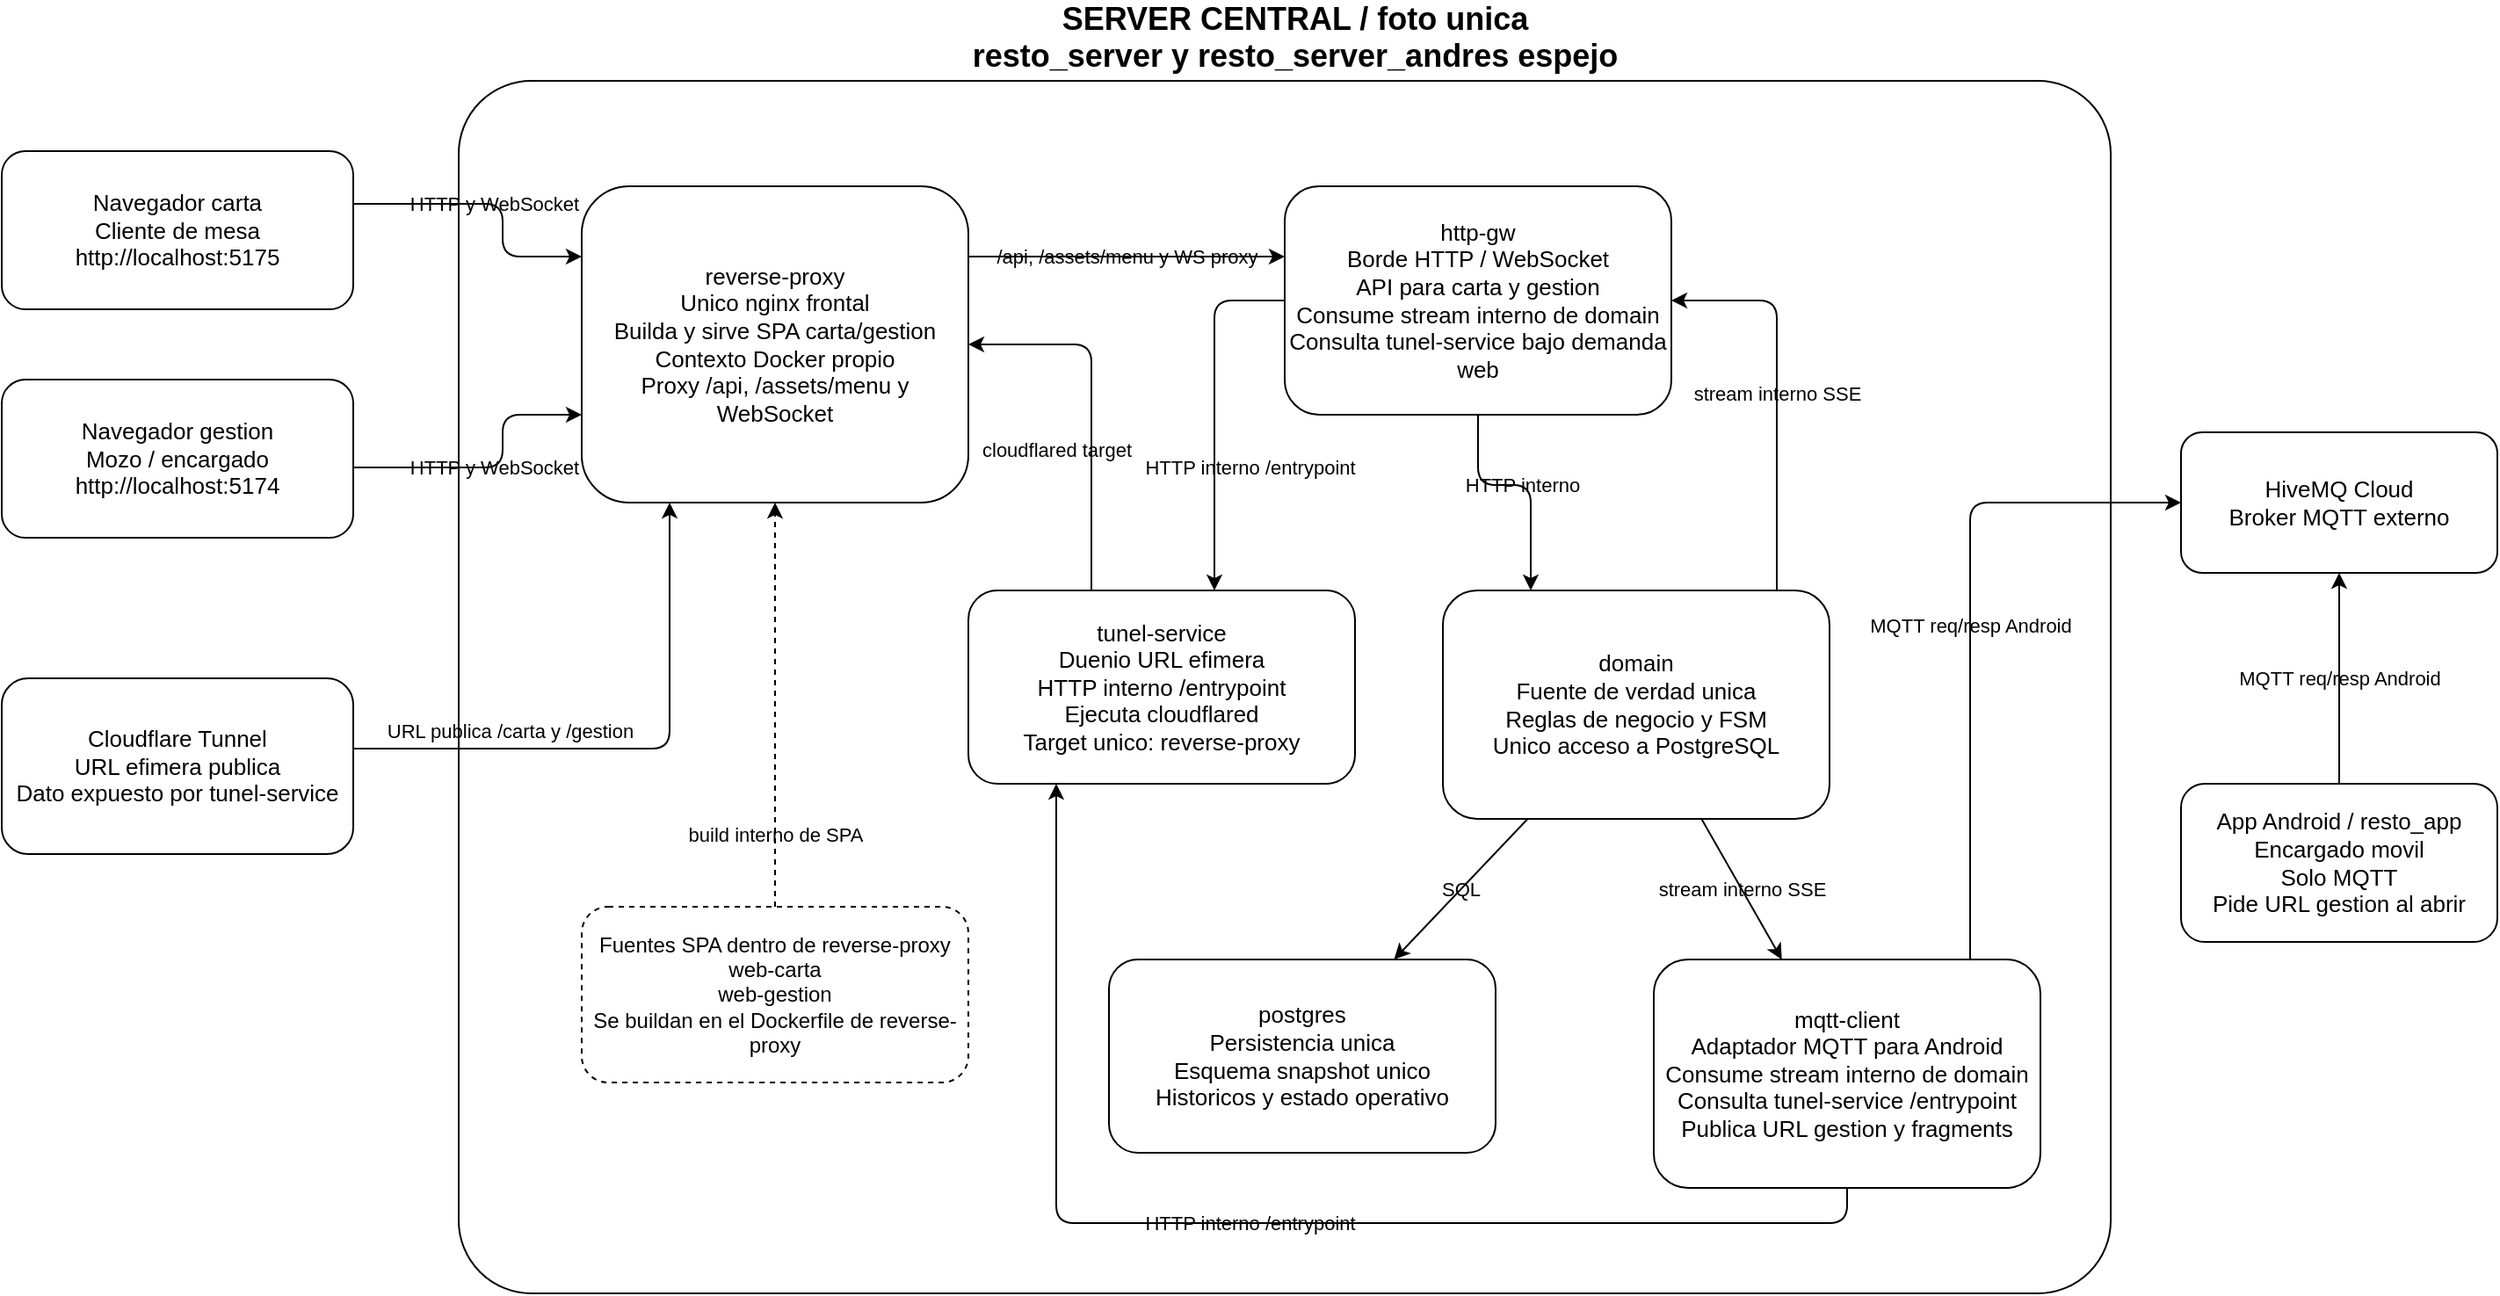
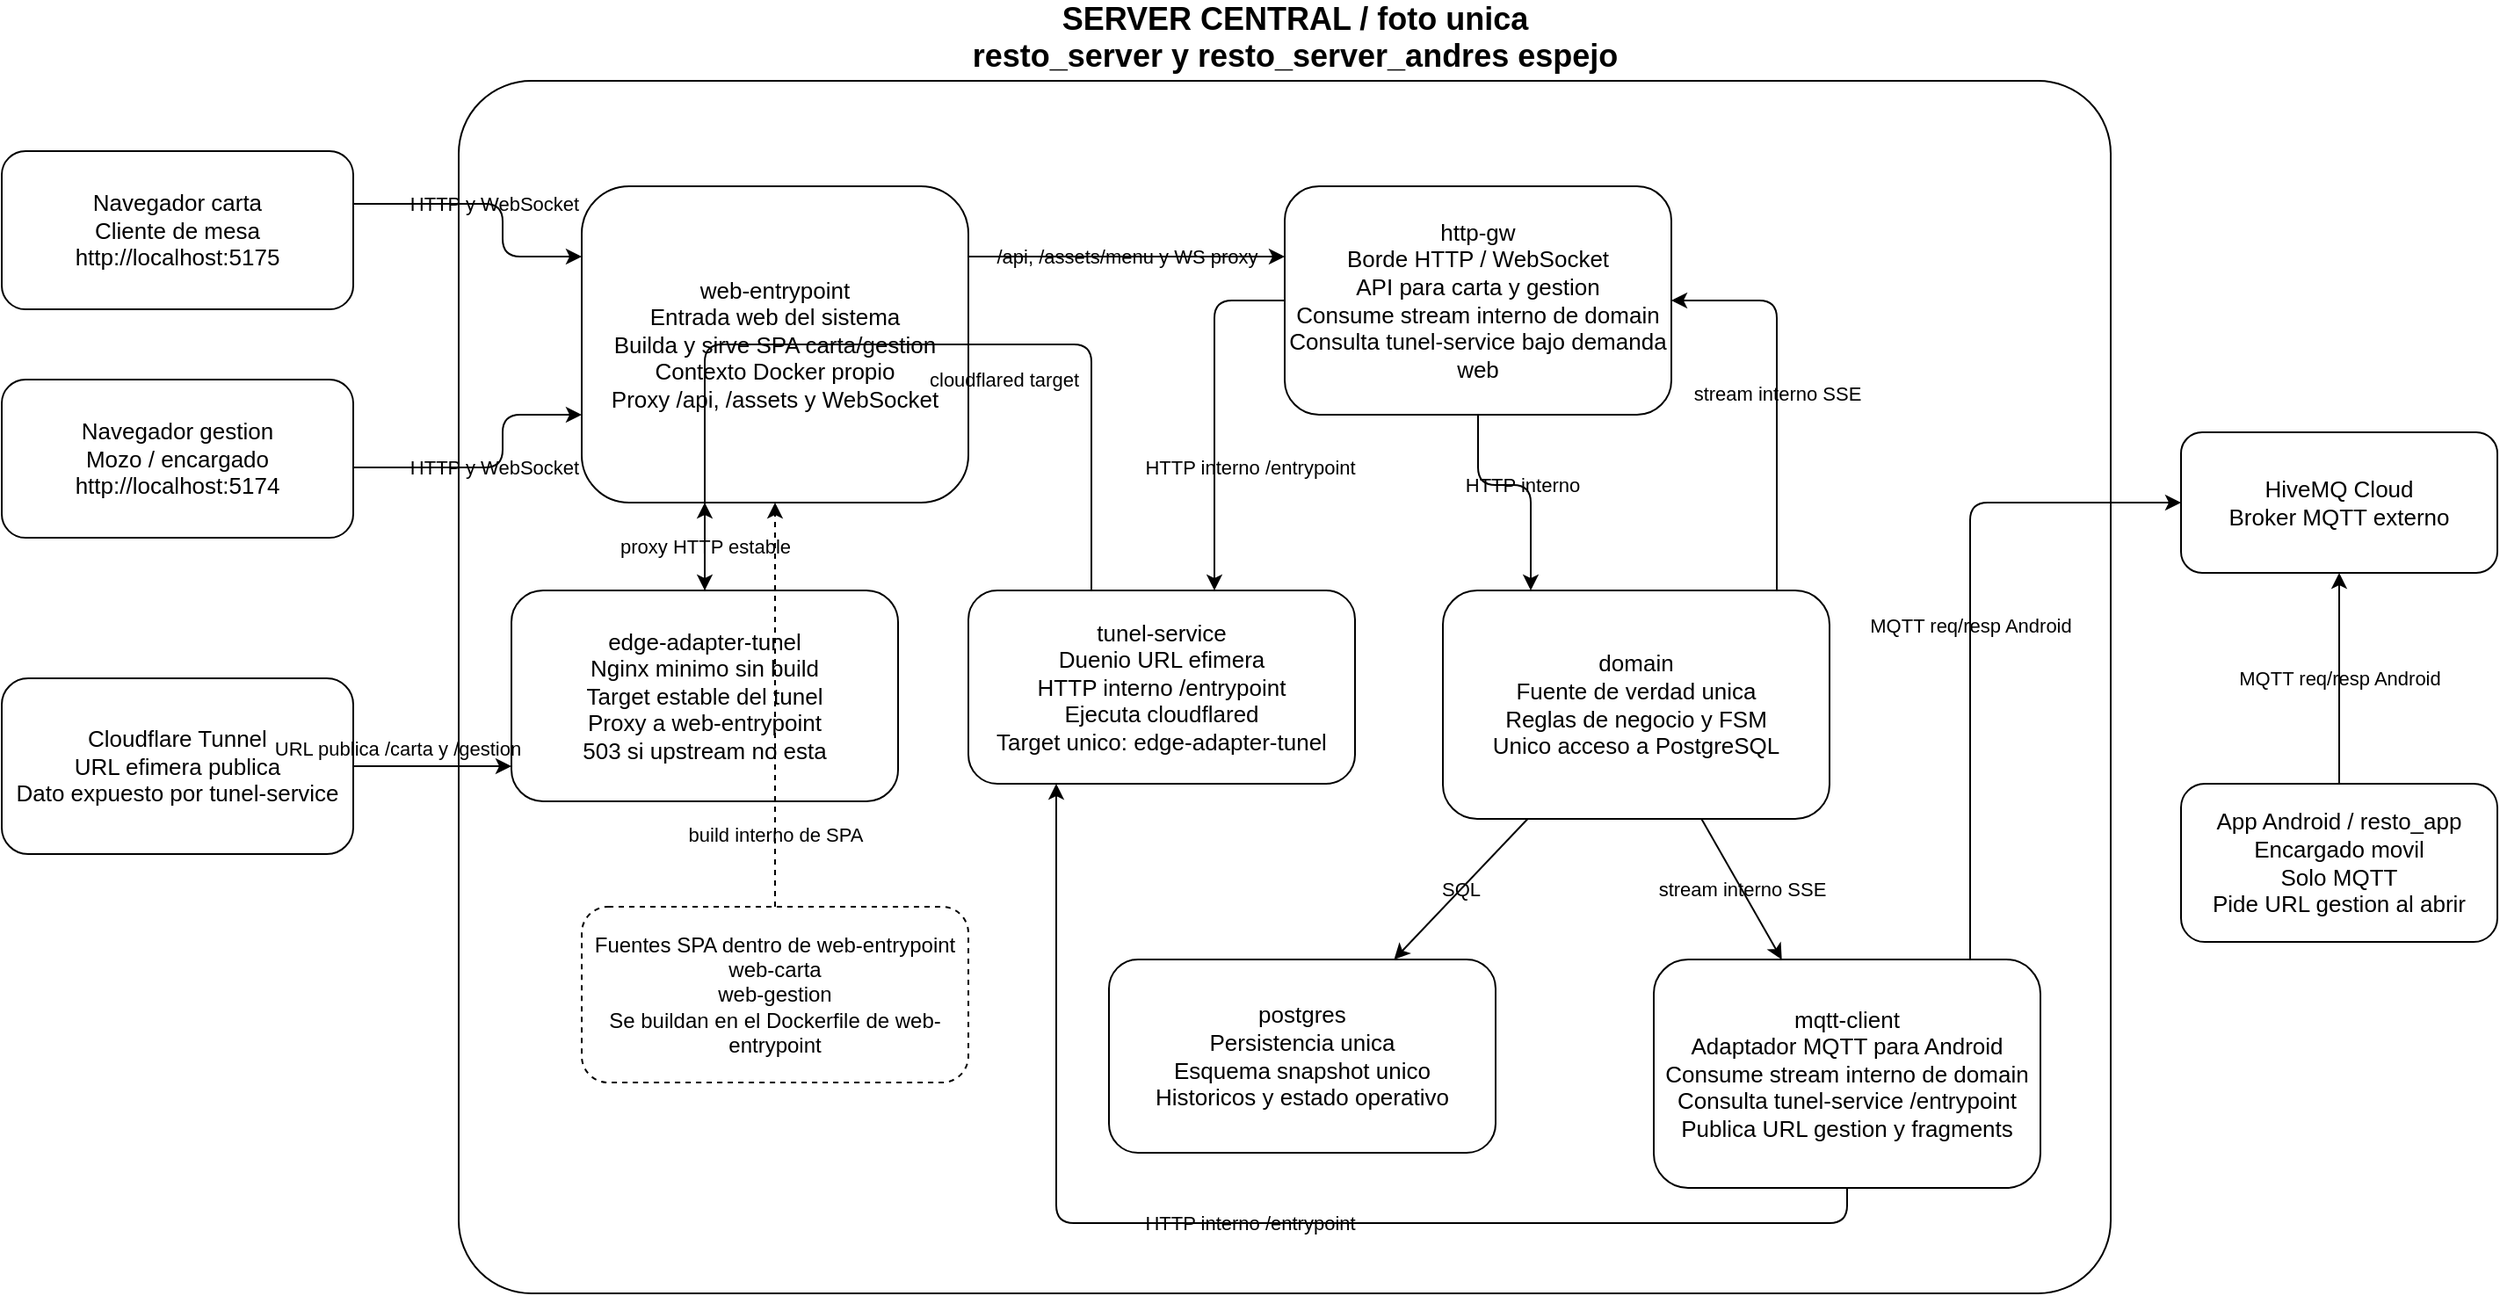
<mxfile host="Electron" agent="Mozilla/5.0 (Windows NT 10.0; Win64; x64) AppleWebKit/537.36 (KHTML, like Gecko) draw.io/29.6.6 Chrome/144.0.7559.236 Electron/40.8.4 Safari/537.36">
  <diagram id="arquitectura-server-central" name="Arquitectura">
    <mxGraphModel dx="1323" dy="814" grid="1" gridSize="10" guides="1" tooltips="1" connect="1" arrows="1" fold="1" page="1" pageScale="1" pageWidth="1600" pageHeight="1100" math="0" shadow="0">
      <root>
        <mxCell id="0" />
        <mxCell id="1" parent="0" />
        <mxCell id="10" parent="1" style="rounded=1;whiteSpace=wrap;html=1;fontStyle=1;fontSize=18;align=center;spacingLeft=12;labelPosition=center;verticalLabelPosition=top;verticalAlign=bottom;perimeterSpacing=0;arcSize=6;labelBackgroundColor=none;fillColor=none;" value="SERVER CENTRAL / foto unica&#xa;resto_server y resto_server_andres espejo" vertex="1">
          <mxGeometry height="690" width="940" x="270" y="100" as="geometry" />
        </mxCell>
        <mxCell id="20" parent="1" style="rounded=1;whiteSpace=wrap;html=1;fontSize=13;labelBackgroundColor=none;fillColor=none;" value="Navegador carta&#xa;Cliente de mesa&#xa;http://localhost:5175" vertex="1">
          <mxGeometry height="90" width="200" x="10" y="140" as="geometry" />
        </mxCell>
        <mxCell id="21" parent="1" style="rounded=1;whiteSpace=wrap;html=1;fontSize=13;labelBackgroundColor=none;fillColor=none;" value="Navegador gestion&#xa;Mozo / encargado&#xa;http://localhost:5174" vertex="1">
          <mxGeometry height="90" width="200" x="10" y="270" as="geometry" />
        </mxCell>
        <mxCell id="22" parent="1" style="rounded=1;whiteSpace=wrap;html=1;fontSize=13;labelBackgroundColor=none;fillColor=none;" value="Cloudflare Tunnel&#xa;URL efimera publica&#xa;Dato expuesto por tunel-service" vertex="1">
          <mxGeometry height="100" width="200" x="10" y="440" as="geometry" />
        </mxCell>
        <mxCell id="23" parent="1" style="rounded=1;whiteSpace=wrap;html=1;fontSize=13;labelBackgroundColor=none;fillColor=none;" value="HiveMQ Cloud&#xa;Broker MQTT externo" vertex="1">
          <mxGeometry height="80" width="180" x="1250" y="300" as="geometry" />
        </mxCell>
        <mxCell id="24" parent="1" style="rounded=1;whiteSpace=wrap;html=1;fontSize=13;labelBackgroundColor=none;fillColor=none;" value="App Android / resto_app&#xa;Encargado movil&#xa;Solo MQTT&#xa;Pide URL gestion al abrir" vertex="1">
          <mxGeometry height="90" width="180" x="1250" y="500" as="geometry" />
        </mxCell>
-         <mxCell id="30" parent="1" style="rounded=1;whiteSpace=wrap;html=1;fontSize=13;labelBackgroundColor=none;fillColor=none;" value="reverse-proxy&#xa;Unico nginx frontal&#xa;Builda y sirve SPA carta/gestion&#xa;Contexto Docker propio&#xa;Proxy /api, /assets/menu y WebSocket" vertex="1">
+         <mxCell id="30" parent="1" style="rounded=1;whiteSpace=wrap;html=1;fontSize=13;labelBackgroundColor=none;fillColor=none;" value="web-entrypoint&#xa;Entrada web del sistema&#xa;Builda y sirve SPA carta/gestion&#xa;Contexto Docker propio&#xa;Proxy /api, /assets y WebSocket" vertex="1">
          <mxGeometry height="180" width="220" x="340" y="160" as="geometry" />
        </mxCell>
        <mxCell id="31" parent="1" style="rounded=1;whiteSpace=wrap;html=1;fontSize=13;labelBackgroundColor=none;fillColor=none;" value="http-gw&#xa;Borde HTTP / WebSocket&#xa;API para carta y gestion&#xa;Consume stream interno de domain&#xa;Consulta tunel-service bajo demanda web" vertex="1">
          <mxGeometry height="130" width="220" x="740" y="160" as="geometry" />
        </mxCell>
        <mxCell id="32" parent="1" style="rounded=1;whiteSpace=wrap;html=1;fontSize=13;labelBackgroundColor=none;fillColor=none;" value="domain&#xa;Fuente de verdad unica&#xa;Reglas de negocio y FSM&#xa;Unico acceso a PostgreSQL" vertex="1">
          <mxGeometry height="130" width="220" x="830" y="390" as="geometry" />
        </mxCell>
-         <mxCell id="33" parent="1" style="rounded=1;whiteSpace=wrap;html=1;fontSize=13;labelBackgroundColor=none;fillColor=none;" value="tunel-service&#xa;Duenio URL efimera&#xa;HTTP interno /entrypoint&#xa;Ejecuta cloudflared&#xa;Target unico: reverse-proxy" vertex="1">
+         <mxCell id="33" parent="1" style="rounded=1;whiteSpace=wrap;html=1;fontSize=13;labelBackgroundColor=none;fillColor=none;" value="tunel-service&#xa;Duenio URL efimera&#xa;HTTP interno /entrypoint&#xa;Ejecuta cloudflared&#xa;Target unico: edge-adapter-tunel" vertex="1">
          <mxGeometry height="110" width="220" x="560" y="390" as="geometry" />
+         </mxCell>
+         <mxCell id="37" parent="1" style="rounded=1;whiteSpace=wrap;html=1;fontSize=13;labelBackgroundColor=none;fillColor=none;" value="edge-adapter-tunel&#xa;Nginx minimo sin build&#xa;Target estable del tunel&#xa;Proxy a web-entrypoint&#xa;503 si upstream no esta" vertex="1">
+           <mxGeometry height="120" width="220" x="300" y="390" as="geometry" />
        </mxCell>
        <mxCell id="34" parent="1" style="rounded=1;whiteSpace=wrap;html=1;fontSize=13;labelBackgroundColor=none;fillColor=none;" value="mqtt-client&#xa;Adaptador MQTT para Android&#xa;Consume stream interno de domain&#xa;Consulta tunel-service /entrypoint&#xa;Publica URL gestion y fragments" vertex="1">
          <mxGeometry height="130" width="220" x="950" y="600" as="geometry" />
        </mxCell>
        <mxCell id="35" parent="1" style="rounded=1;whiteSpace=wrap;html=1;fontSize=13;labelBackgroundColor=none;fillColor=none;" value="postgres&#xa;Persistencia unica&#xa;Esquema snapshot unico&#xa;Historicos y estado operativo" vertex="1">
          <mxGeometry height="110" width="220" x="640" y="600" as="geometry" />
        </mxCell>
-         <mxCell id="36" parent="1" style="rounded=1;whiteSpace=wrap;html=1;dashed=1;fontSize=12;labelBackgroundColor=none;fillColor=none;" value="Fuentes SPA dentro de reverse-proxy&#xa;web-carta&#xa;web-gestion&#xa;Se buildan en el Dockerfile de reverse-proxy" vertex="1">
+         <mxCell id="36" parent="1" style="rounded=1;whiteSpace=wrap;html=1;dashed=1;fontSize=12;labelBackgroundColor=none;fillColor=none;" value="Fuentes SPA dentro de web-entrypoint&#xa;web-carta&#xa;web-gestion&#xa;Se buildan en el Dockerfile de web-entrypoint" vertex="1">
          <mxGeometry height="100" width="220" x="340" y="570" as="geometry" />
        </mxCell>
        <mxCell id="100" edge="1" parent="1" source="20" style="edgeStyle=orthogonalEdgeStyle;rounded=1;html=1;fontColor=default;fontSize=11;labelBackgroundColor=none;fillColor=none;" target="30" value="HTTP y WebSocket">
          <mxGeometry relative="1" as="geometry">
            <Array as="points">
              <mxPoint x="295" y="170" />
              <mxPoint x="295" y="200" />
            </Array>
          </mxGeometry>
        </mxCell>
        <mxCell id="101" edge="1" parent="1" source="21" style="edgeStyle=orthogonalEdgeStyle;rounded=1;html=1;fontColor=default;fontSize=11;labelBackgroundColor=none;fillColor=none;" target="30" value="HTTP y WebSocket">
          <mxGeometry relative="1" as="geometry">
            <Array as="points">
              <mxPoint x="295" y="320" />
              <mxPoint x="295" y="290" />
            </Array>
          </mxGeometry>
        </mxCell>
-         <mxCell id="102" edge="1" parent="1" source="22" style="edgeStyle=orthogonalEdgeStyle;rounded=1;html=1;fontColor=default;fontSize=11;labelBackgroundColor=none;fillColor=none;" target="30" value="URL publica /carta y /gestion">
+         <mxCell id="102" edge="1" parent="1" source="22" style="edgeStyle=orthogonalEdgeStyle;rounded=1;html=1;fontColor=default;fontSize=11;labelBackgroundColor=none;fillColor=none;" target="37" value="URL publica /carta y /gestion">
          <mxGeometry relative="1" x="-0.4444" y="10" as="geometry">
            <mxPoint as="offset" />
            <Array as="points">
              <mxPoint x="390" y="480" />
            </Array>
          </mxGeometry>
        </mxCell>
-         <mxCell id="103" edge="1" parent="1" source="33" style="edgeStyle=orthogonalEdgeStyle;rounded=1;html=1;fontColor=default;fontSize=11;labelBackgroundColor=none;fillColor=none;" target="30" value="cloudflared target">
+         <mxCell id="103" edge="1" parent="1" source="33" style="edgeStyle=orthogonalEdgeStyle;rounded=1;html=1;fontColor=default;fontSize=11;labelBackgroundColor=none;fillColor=none;" target="37" value="cloudflared target">
          <mxGeometry relative="1" x="-0.2381" y="20" as="geometry">
            <mxPoint as="offset" />
            <Array as="points">
              <mxPoint x="630" y="250" />
+             </Array>
+           </mxGeometry>
+         </mxCell>
+         <mxCell id="114" edge="1" parent="1" source="37" style="edgeStyle=orthogonalEdgeStyle;rounded=1;html=1;fontColor=default;fontSize=11;labelBackgroundColor=none;fillColor=none;" target="30" value="proxy HTTP estable">
+           <mxGeometry relative="1" as="geometry">
+             <Array as="points">
+               <mxPoint x="420" y="250" />
            </Array>
          </mxGeometry>
        </mxCell>
        <mxCell id="104" edge="1" parent="1" source="30" style="edgeStyle=orthogonalEdgeStyle;rounded=1;html=1;fontColor=default;fontSize=11;labelBackgroundColor=none;fillColor=none;" target="31" value="/api, /assets/menu y WS proxy">
          <mxGeometry relative="1" as="geometry">
            <Array as="points">
              <mxPoint x="640" y="200" />
              <mxPoint x="640" y="200" />
            </Array>
          </mxGeometry>
        </mxCell>
        <mxCell id="105" edge="1" parent="1" source="31" style="edgeStyle=orthogonalEdgeStyle;rounded=1;html=1;fontColor=default;fontSize=11;labelBackgroundColor=none;fillColor=none;" target="32" value="HTTP interno">
          <mxGeometry relative="1" as="geometry">
            <Array as="points">
              <mxPoint x="850" y="330" />
              <mxPoint x="880" y="330" />
            </Array>
          </mxGeometry>
        </mxCell>
        <mxCell id="106" edge="1" parent="1" source="32" style="rounded=1;html=1;fontColor=default;fontSize=11;labelBackgroundColor=none;fillColor=none;" target="35" value="SQL">
          <mxGeometry relative="1" as="geometry" />
        </mxCell>
        <mxCell id="107" edge="1" parent="1" source="32" style="edgeStyle=orthogonalEdgeStyle;rounded=1;html=1;fontColor=default;fontSize=11;labelBackgroundColor=none;fillColor=none;" target="31" value="stream interno SSE">
          <mxGeometry relative="1" as="geometry">
            <Array as="points">
              <mxPoint x="1020" y="225" />
            </Array>
          </mxGeometry>
        </mxCell>
        <mxCell id="108" edge="1" parent="1" source="32" style="rounded=1;html=1;fontColor=default;fontSize=11;labelBackgroundColor=none;fillColor=none;" target="34" value="stream interno SSE">
          <mxGeometry relative="1" as="geometry" />
        </mxCell>
        <mxCell id="109" edge="1" parent="1" source="34" style="edgeStyle=orthogonalEdgeStyle;rounded=1;html=1;fontColor=default;fontSize=11;labelBackgroundColor=none;fillColor=none;" target="23" value="MQTT req/resp Android">
          <mxGeometry relative="1" as="geometry">
            <Array as="points">
              <mxPoint x="1130" y="340" />
            </Array>
          </mxGeometry>
        </mxCell>
        <mxCell id="110" edge="1" parent="1" source="24" style="edgeStyle=orthogonalEdgeStyle;rounded=1;html=1;fontColor=default;fontSize=11;labelBackgroundColor=none;fillColor=none;" target="23" value="MQTT req/resp Android">
          <mxGeometry relative="1" as="geometry">
            <Array as="points">
              <mxPoint x="1340" y="480" />
              <mxPoint x="1340" y="480" />
            </Array>
          </mxGeometry>
        </mxCell>
        <mxCell id="111" edge="1" parent="1" source="36" style="edgeStyle=orthogonalEdgeStyle;rounded=1;html=1;fontColor=default;fontSize=11;dashed=1;labelBackgroundColor=none;fillColor=none;" target="30" value="build interno de SPA">
          <mxGeometry relative="1" x="-0.6429" as="geometry">
            <mxPoint as="offset" />
            <Array as="points">
              <mxPoint x="450" y="460" />
              <mxPoint x="450" y="460" />
            </Array>
          </mxGeometry>
        </mxCell>
        <mxCell id="112" edge="1" parent="1" source="34" style="edgeStyle=orthogonalEdgeStyle;rounded=1;html=1;fontColor=default;fontSize=11;labelBackgroundColor=none;fillColor=none;" target="33" value="HTTP interno /entrypoint">
          <mxGeometry relative="1" as="geometry">
            <Array as="points">
              <mxPoint x="1060" y="750" />
              <mxPoint x="610" y="750" />
            </Array>
          </mxGeometry>
        </mxCell>
        <mxCell id="113" edge="1" parent="1" source="31" style="edgeStyle=orthogonalEdgeStyle;rounded=1;html=1;fontColor=default;fontSize=11;labelBackgroundColor=none;fillColor=none;" target="33" value="HTTP interno /entrypoint">
          <mxGeometry relative="1" x="0.3172" y="20" as="geometry">
            <mxPoint as="offset" />
            <Array as="points">
              <mxPoint x="700" y="225" />
            </Array>
          </mxGeometry>
        </mxCell>
      </root>
    </mxGraphModel>
  </diagram>
</mxfile>
